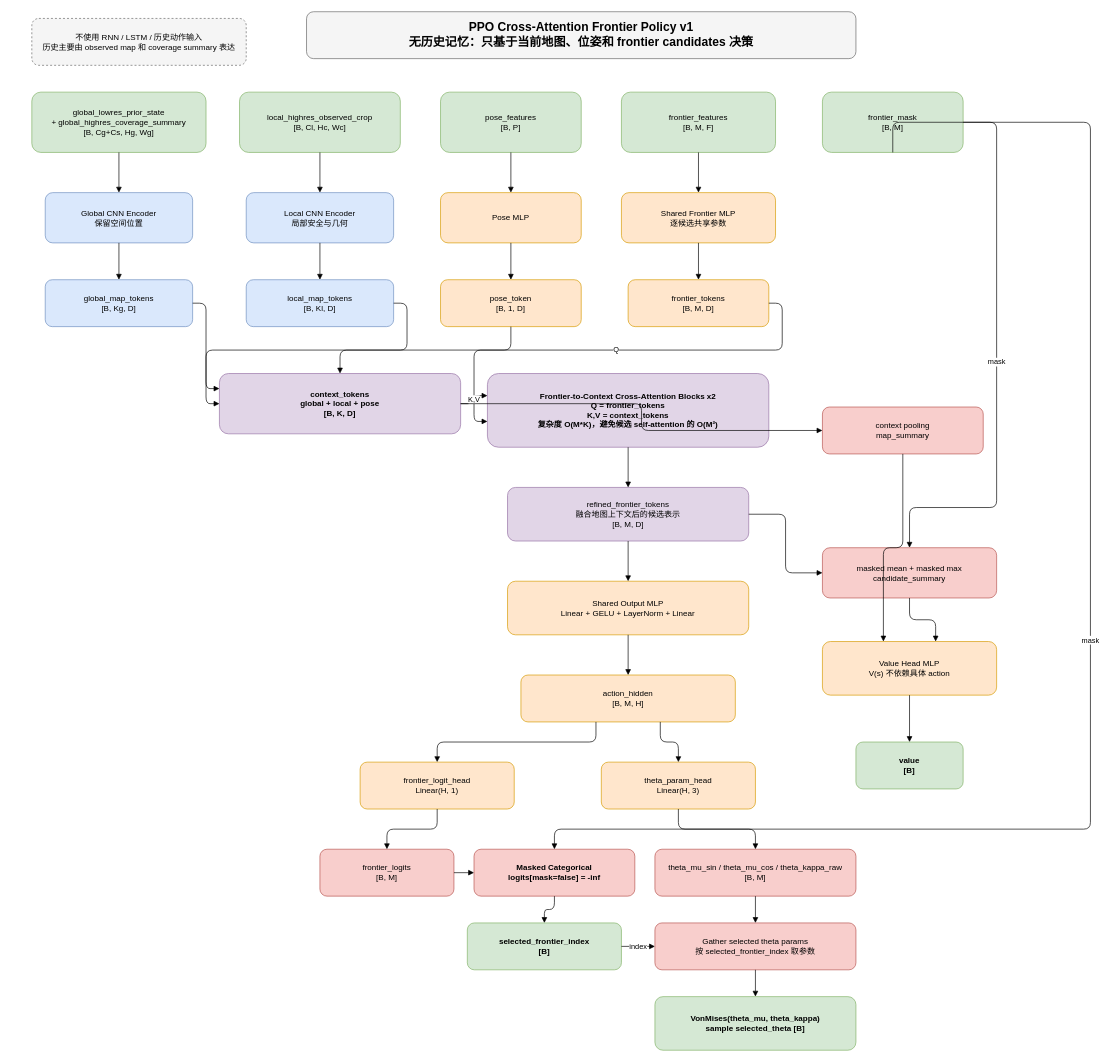
This is docs/superpowers/diagrams/ppo-cross-attention-frontier-policy.drawio from sjidnsk/lunar-path-planning, a draw.io file, before an edit. Source tidied: cells renumbered, new cells numbered last; positions are measured from the earlier drawing's top-left corner, leaving out a move shared by most shapes. Both pictures are drawn from the tidied source at 67%, with x=0, y=0 at pixel (31, 11).
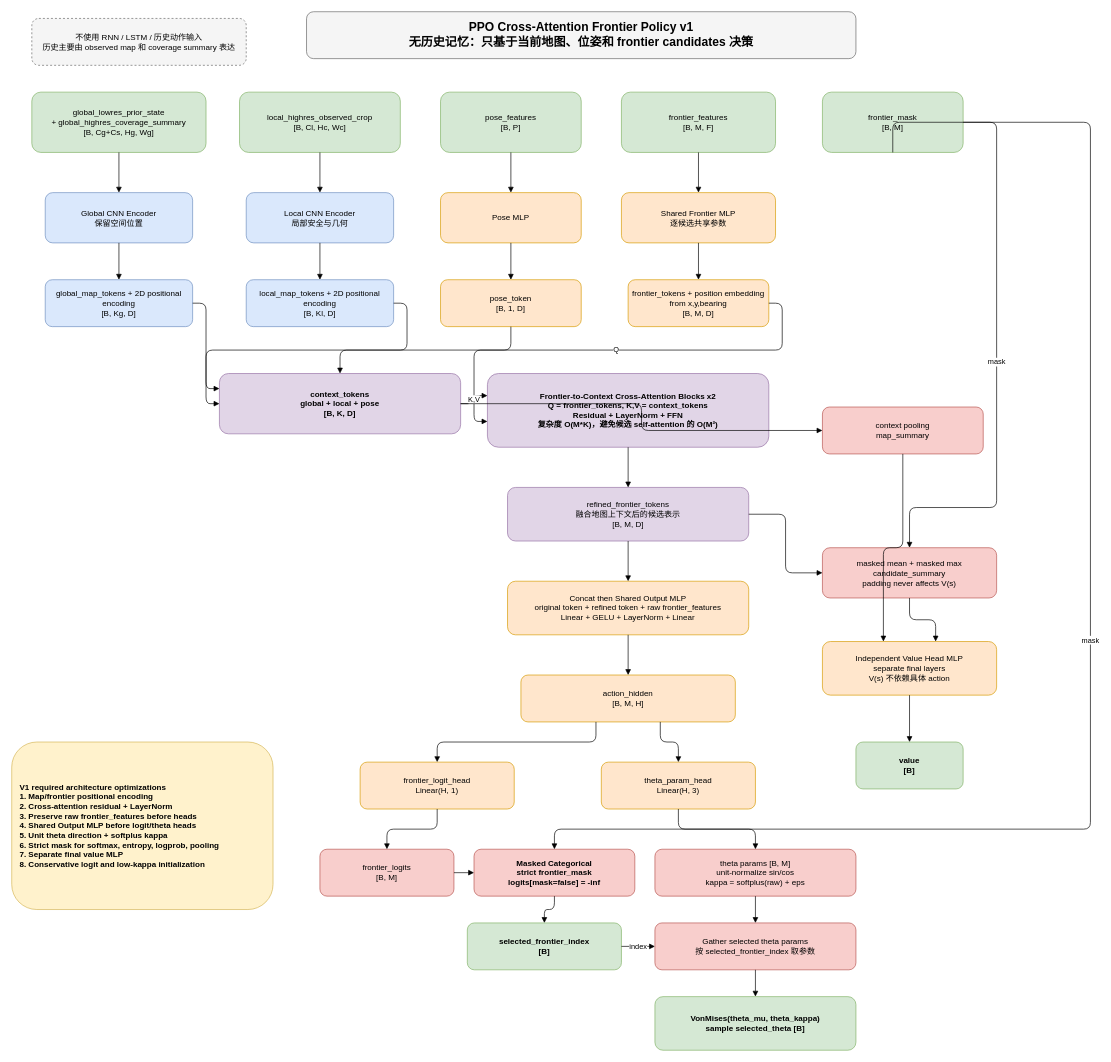
The same diagram, later.

Commit message (it also covers changes not shown here):
docs: update PPO network architecture diagram

Diff of the diagram source:
```diff
@@
-    <mxCell id="12" value="global_map_tokens&#10;[B, Kg, D]" style="rounded=1;whiteSpace=wrap;html=1;fillColor=#dae8fc;strokeColor=#6c8ebf;fontSize=12;" parent="1" vertex="1">
+    <mxCell id="12" value="global_map_tokens + 2D positional encoding&#10;[B, Kg, D]" style="rounded=1;whiteSpace=wrap;html=1;fillColor=#dae8fc;strokeColor=#6c8ebf;fontSize=12;" parent="1" vertex="1">
       <mxGeometry x="20" y="400" width="220" height="70" as="geometry" />
     </mxCell>
-    <mxCell id="13" value="local_map_tokens&#10;[B, Kl, D]" style="rounded=1;whiteSpace=wrap;html=1;fillColor=#dae8fc;strokeColor=#6c8ebf;fontSize=12;" parent="1" vertex="1">
+    <mxCell id="13" value="local_map_tokens + 2D positional encoding&#10;[B, Kl, D]" style="rounded=1;whiteSpace=wrap;html=1;fillColor=#dae8fc;strokeColor=#6c8ebf;fontSize=12;" parent="1" vertex="1">
       <mxGeometry x="320" y="400" width="220" height="70" as="geometry" />
     </mxCell>
@@
-    <mxCell id="15" value="frontier_tokens&#10;[B, M, D]" style="rounded=1;whiteSpace=wrap;html=1;fillColor=#ffe6cc;strokeColor=#d79b00;fontSize=12;" parent="1" vertex="1">
+    <mxCell id="15" value="frontier_tokens + position embedding&#10;from x,y,bearing&#10;[B, M, D]" style="rounded=1;whiteSpace=wrap;html=1;fillColor=#ffe6cc;strokeColor=#d79b00;fontSize=12;" parent="1" vertex="1">
       <mxGeometry x="890" y="400" width="210" height="70" as="geometry" />
     </mxCell>
@@
-    <mxCell id="17" value="Frontier-to-Context Cross-Attention Blocks x2&#10;Q = frontier_tokens&#10;K,V = context_tokens&#10;复杂度 O(M*K)，避免候选 self-attention 的 O(M²)" style="rounded=1;whiteSpace=wrap;html=1;fillColor=#e1d5e7;strokeColor=#9673a6;fontStyle=1;fontSize=12;" parent="1" vertex="1">
+    <mxCell id="17" value="Frontier-to-Context Cross-Attention Blocks x2&#10;Q = frontier_tokens, K,V = context_tokens&#10;Residual + LayerNorm + FFN&#10;复杂度 O(M*K)，避免候选 self-attention 的 O(M²)" style="rounded=1;whiteSpace=wrap;html=1;fillColor=#e1d5e7;strokeColor=#9673a6;fontStyle=1;fontSize=12;" parent="1" vertex="1">
       <mxGeometry x="680" y="540" width="420" height="110" as="geometry" />
     </mxCell>
@@
-    <mxCell id="19" value="Shared Output MLP&#10;Linear + GELU + LayerNorm + Linear" style="rounded=1;whiteSpace=wrap;html=1;fillColor=#ffe6cc;strokeColor=#d79b00;fontSize=12;" parent="1" vertex="1">
+    <mxCell id="19" value="Concat then Shared Output MLP&#10;original token + refined token + raw frontier_features&#10;Linear + GELU + LayerNorm + Linear" style="rounded=1;whiteSpace=wrap;html=1;fillColor=#ffe6cc;strokeColor=#d79b00;fontSize=12;" parent="1" vertex="1">
       <mxGeometry x="710" y="850" width="360" height="80" as="geometry" />
     </mxCell>
@@
-    <mxCell id="24" value="Masked Categorical&#10;logits[mask=false] = -inf" style="rounded=1;whiteSpace=wrap;html=1;fillColor=#f8cecc;strokeColor=#b85450;fontStyle=1;fontSize=12;" parent="1" vertex="1">
+    <mxCell id="24" value="Masked Categorical&#10;strict frontier_mask&#10;logits[mask=false] = -inf" style="rounded=1;whiteSpace=wrap;html=1;fillColor=#f8cecc;strokeColor=#b85450;fontStyle=1;fontSize=12;" parent="1" vertex="1">
       <mxGeometry x="660" y="1250" width="240" height="70" as="geometry" />
     </mxCell>
@@
-    <mxCell id="26" value="theta_mu_sin / theta_mu_cos / theta_kappa_raw&#10;[B, M]" style="rounded=1;whiteSpace=wrap;html=1;fillColor=#f8cecc;strokeColor=#b85450;fontSize=12;" parent="1" vertex="1">
+    <mxCell id="26" value="theta params [B, M]&#10;unit-normalize sin/cos&#10;kappa = softplus(raw) + eps" style="rounded=1;whiteSpace=wrap;html=1;fillColor=#f8cecc;strokeColor=#b85450;fontSize=12;" parent="1" vertex="1">
       <mxGeometry x="930" y="1250" width="300" height="70" as="geometry" />
     </mxCell>
@@
-    <mxCell id="29" value="masked mean + masked max&#10;candidate_summary" style="rounded=1;whiteSpace=wrap;html=1;fillColor=#f8cecc;strokeColor=#b85450;fontSize=12;" parent="1" vertex="1">
+    <mxCell id="29" value="masked mean + masked max&#10;candidate_summary&#10;padding never affects V(s)" style="rounded=1;whiteSpace=wrap;html=1;fillColor=#f8cecc;strokeColor=#b85450;fontSize=12;" parent="1" vertex="1">
       <mxGeometry x="1180" y="800" width="260" height="75" as="geometry" />
     </mxCell>
@@
-    <mxCell id="31" value="Value Head MLP&#10;V(s) 不依赖具体 action" style="rounded=1;whiteSpace=wrap;html=1;fillColor=#ffe6cc;strokeColor=#d79b00;fontSize=12;" parent="1" vertex="1">
+    <mxCell id="31" value="Independent Value Head MLP&#10;separate final layers&#10;V(s) 不依赖具体 action" style="rounded=1;whiteSpace=wrap;html=1;fillColor=#ffe6cc;strokeColor=#d79b00;fontSize=12;" parent="1" vertex="1">
       <mxGeometry x="1180" y="940" width="260" height="80" as="geometry" />
     </mxCell>
@@
+    <mxCell id="66" value="V1 required architecture optimizations&#10;1. Map/frontier positional encoding&#10;2. Cross-attention residual + LayerNorm&#10;3. Preserve raw frontier_features before heads&#10;4. Shared Output MLP before logit/theta heads&#10;5. Unit theta direction + softplus kappa&#10;6. Strict mask for softmax, entropy, logprob, pooling&#10;7. Separate final value MLP&#10;8. Conservative logit and low-kappa initialization" style="rounded=1;whiteSpace=wrap;html=1;fillColor=#fff2cc;strokeColor=#d6b656;fontStyle=1;fontSize=12;align=left;spacingLeft=10;" parent="1" vertex="1">
+      <mxGeometry x="-30" y="1090" width="390" height="250" as="geometry" />
+    </mxCell>
```
